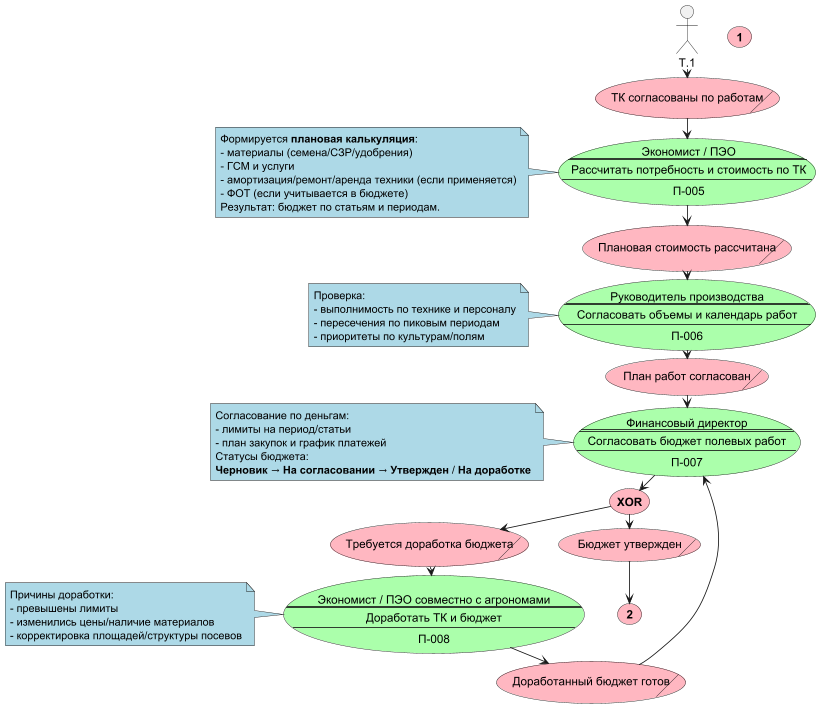
Earlier version of the PlantUML export out/docs/СхемаПроцесса/FieldWorksPlanningProcessPart2.png (redokov/infostart2026). Source of this version:
```plantuml
@startuml FieldWorksPlanningProcessPart2
top to bottom direction
skinparam ranksep 10
skinparam dpi 80
skinparam packageTitleAlignment left

skinparam usecase {
  BackgroundColor LightPink
}
skinparam note {
  BackgroundColor LightBlue
}
skinparam rectangle {
  BackgroundColor LightGray
}

usecase Т.1 as "**1**"

usecase/ С.6 as "ТК согласованы по работам"

usecase Ф.5 #AAFFAA as "
Экономист / ПЭО
====
Рассчитать потребность и стоимость по ТК
----
П-005"
note left of Ф.5
Формируется **плановая калькуляция**:
- материалы (семена/СЗР/удобрения)
- ГСМ и услуги
- амортизация/ремонт/аренда техники (если применяется)
- ФОТ (если учитывается в бюджете)
Результат: бюджет по статьям и периодам.
end note

usecase/ С.7 as "Плановая стоимость рассчитана"

usecase Ф.6 #AAFFAA as "
Руководитель производства
====
Согласовать объемы и календарь работ
----
П-006"
note left of Ф.6
Проверка:
- выполнимость по технике и персоналу
- пересечения по пиковым периодам
- приоритеты по культурам/полям
end note

usecase/ С.8 as "План работ согласован"

usecase Ф.7 #AAFFAA as "
Финансовый директор
====
Согласовать бюджет полевых работ
----
П-007"
note left of Ф.7
Согласование по деньгам:
- лимиты на период/статьи
- план закупок и график платежей
Статусы бюджета:
**Черновик** → **На согласовании** → **Утвержден** / **На доработке**
end note

usecase У.2 as (**XOR**)

usecase/ С.9 as "Бюджет утвержден"
usecase/ С.10 as "Требуется доработка бюджета"

usecase Ф.8 #AAFFAA as "
Экономист / ПЭО совместно с агрономами
====
Доработать ТК и бюджет
----
П-008"
note left of Ф.8
Причины доработки:
- превышены лимиты
- изменились цены/наличие материалов
- корректировка площадей/структуры посевов
end note

usecase/ С.11 as "Доработанный бюджет готов"

usecase Т.2 as "**2**"

T.1 -d-> С.6
С.6 -d-> Ф.5
Ф.5 -d-> С.7
С.7 -d-> Ф.6
Ф.6 -d-> С.8
С.8 -d-> Ф.7
Ф.7 -d-> У.2
У.2 -d-> С.9
У.2 -d-> С.10
С.10 -d-> Ф.8
Ф.8 -d-> С.11
С.11 -d-> Ф.7

С.9 -d-> Т.2
@enduml
```
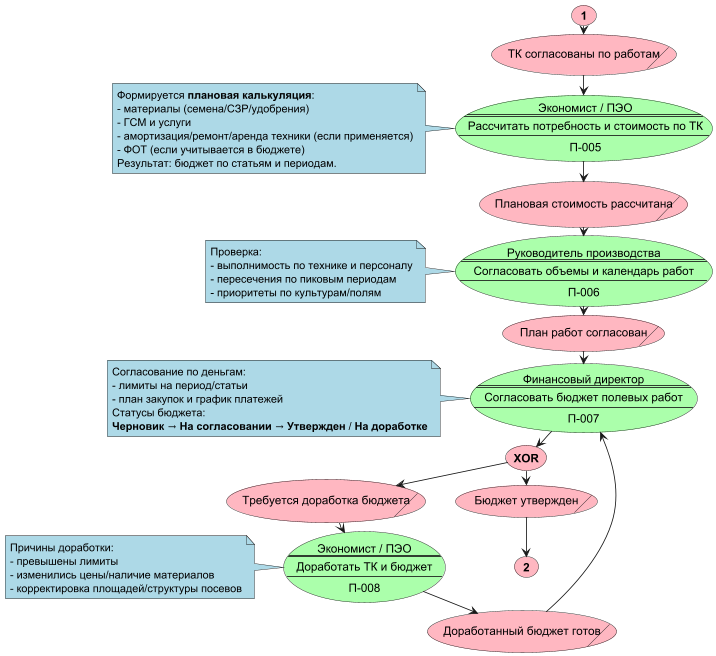
After the commit.

The edit, as a diff of the source:
```diff
@@ -17,6 +17,8 @@
 usecase Т.1 as "**1**"
 
 usecase/ С.6 as "ТК согласованы по работам"
+
+Т.1 -d-> С.6
 
 usecase Ф.5 #AAFFAA as "
 Экономист / ПЭО
@@ -70,7 +72,7 @@
 usecase/ С.10 as "Требуется доработка бюджета"
 
 usecase Ф.8 #AAFFAA as "
-Экономист / ПЭО совместно с агрономами
+Экономист / ПЭО
 ====
 Доработать ТК и бюджет
 ----
@@ -86,7 +88,7 @@
 
 usecase Т.2 as "**2**"
 
-T.1 -d-> С.6
+
 С.6 -d-> Ф.5
 Ф.5 -d-> С.7
 С.7 -d-> Ф.6
```
